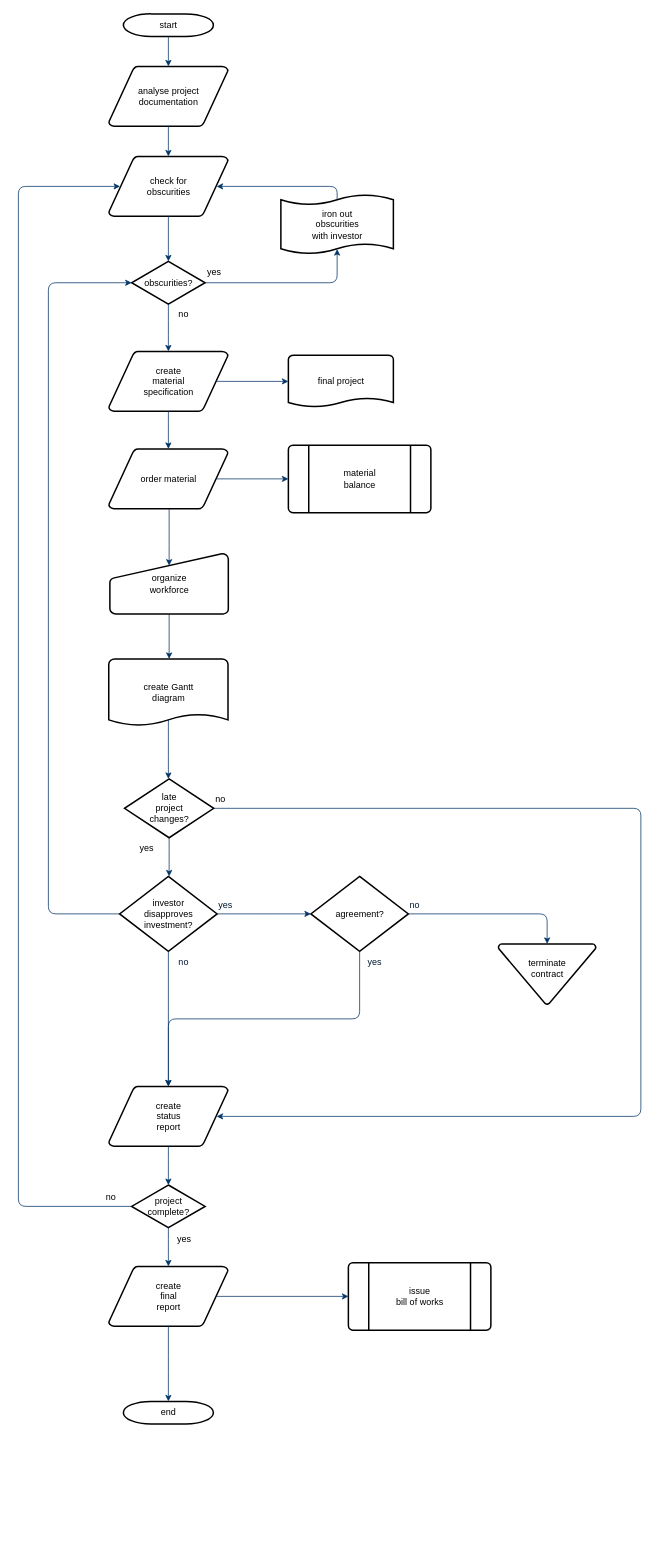
Earlier version of the draw.io diagram analyte_bt_vms_G2.drawio (kpaiboon/vms_g2). Source tidied: cells renumbered, new cells numbered last; positions are measured from the earlier drawing's top-left corner, leaving out a move shared by most shapes. Both pictures are drawn from the tidied source at 75%, with x=0, y=0 at pixel (18, 14).
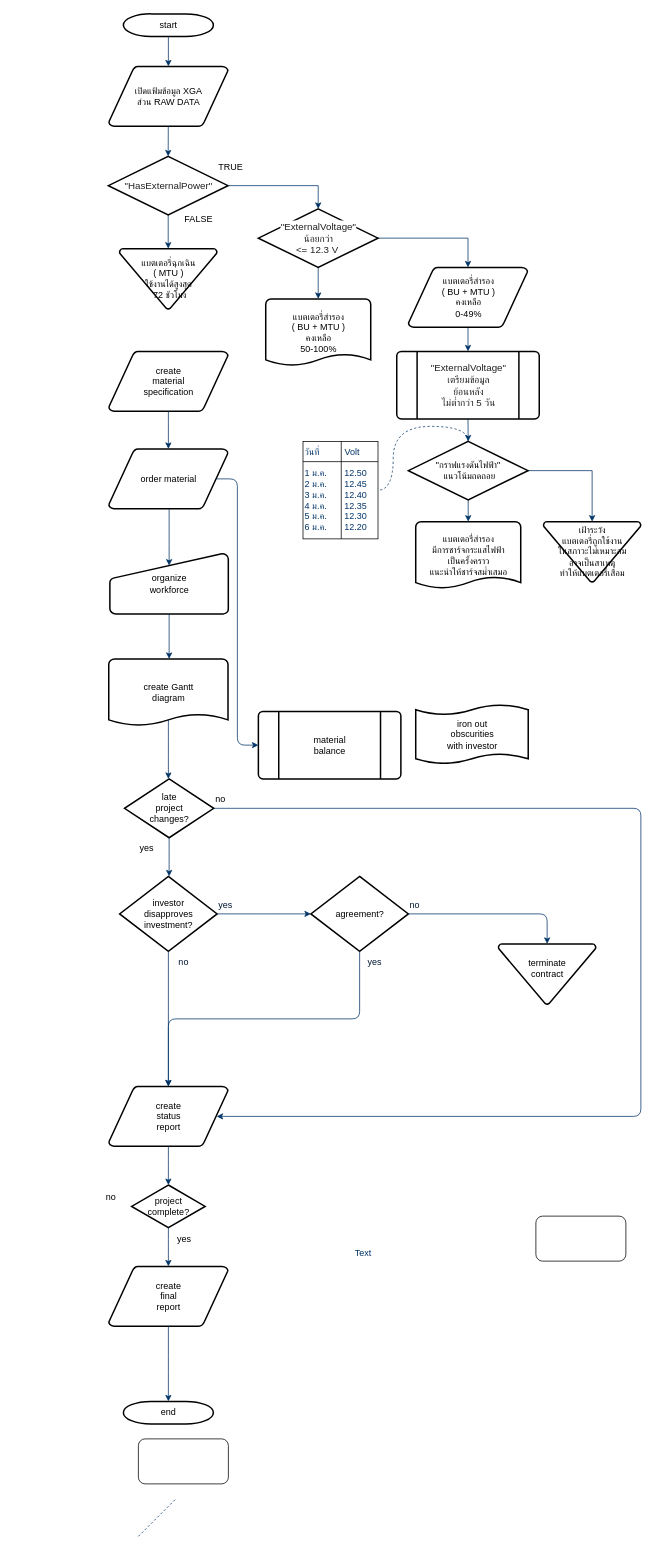
After the change.

The change refers to these unchanged cells:
```xml
<mxCell id="4" value="create&#10;material&#10;specification" style="shape=mxgraph.flowchart.data;strokeWidth=2;gradientColor=none;gradientDirection=north;fontStyle=0;html=1;" parent="1" vertex="1">
  <mxGeometry x="120.5" y="450" width="159" height="80" as="geometry" />
</mxCell>
<mxCell id="28" value="investor&#10;disapproves&#10; investment?" style="shape=mxgraph.flowchart.decision;strokeWidth=2;gradientColor=none;gradientDirection=north;fontStyle=0;html=1;" parent="1" vertex="1">
  <mxGeometry x="135" y="1150" width="130" height="100" as="geometry" />
</mxCell>
<mxCell id="37" value="project&#10;complete?" style="shape=mxgraph.flowchart.decision;strokeWidth=2;gradientColor=none;gradientDirection=north;fontStyle=0;html=1;" parent="1" vertex="1">
  <mxGeometry x="151" y="1561.5" width="98" height="57" as="geometry" />
</mxCell>
<mxCell id="38" value="create&#10;final&#10;report" style="shape=mxgraph.flowchart.data;strokeWidth=2;gradientColor=none;gradientDirection=north;fontStyle=0;html=1;" parent="1" vertex="1">
  <mxGeometry x="120.5" y="1670" width="159" height="80" as="geometry" />
</mxCell>
```

The edit, as a diff of the source:
```diff
@@
-    <mxCell id="3" value="analyse project&#10; documentation" style="shape=mxgraph.flowchart.data;strokeWidth=2;gradientColor=none;gradientDirection=north;fontStyle=0;html=1;" parent="1" vertex="1">
+    <mxCell id="3" value="เปิดแฟ้มข้อมูล XGA &lt;br&gt;ส่วน RAW DATA" style="shape=mxgraph.flowchart.data;strokeWidth=2;gradientColor=none;gradientDirection=north;fontStyle=0;html=1;" parent="1" vertex="1">
       <mxGeometry x="120.5" y="70" width="159" height="80" as="geometry" />
     </mxCell>
@@
-    <mxCell id="5" value="check for&#10;obscurities" style="shape=mxgraph.flowchart.data;strokeWidth=2;gradientColor=none;gradientDirection=north;fontStyle=0;html=1;" parent="1" vertex="1">
-      <mxGeometry x="120.5" y="190" width="159" height="80" as="geometry" />
-    </mxCell>
+    <mxCell id="56" style="edgeStyle=orthogonalEdgeStyle;rounded=0;jettySize=auto;html=1;exitX=0.5;exitY=1;exitDx=0;exitDy=0;exitPerimeter=0;entryX=0.5;entryY=0;entryDx=0;entryDy=0;entryPerimeter=0;strokeColor=#003366;" parent="1" edge="1" source="6" target="59">
+      <mxGeometry relative="1" as="geometry" />
+    </mxCell>
-    <mxCell id="6" value="obscurities?" style="shape=mxgraph.flowchart.decision;strokeWidth=2;gradientColor=none;gradientDirection=north;fontStyle=0;html=1;" parent="1" vertex="1">
-      <mxGeometry x="151" y="330" width="98" height="57" as="geometry" />
+    <mxCell id="6" value="&lt;span style=&quot;color: rgb(34 , 34 , 34) ; font-family: &amp;#34;arial&amp;#34; , &amp;#34;helvetica&amp;#34; , sans-serif ; font-size: small ; white-space: normal ; background-color: rgb(255 , 255 , 255)&quot;&gt;&quot;HasExternalPower&quot;&lt;/span&gt;" style="shape=mxgraph.flowchart.decision;strokeWidth=2;gradientColor=none;gradientDirection=north;fontStyle=0;html=1;" parent="1" vertex="1">
+      <mxGeometry x="120" y="190" width="159.5" height="78" as="geometry" />
     </mxCell>
@@
-    <mxCell id="8" style="fontStyle=1;strokeColor=#003366;strokeWidth=1;html=1;" parent="1" edge="1" source="3" target="5">
-      <mxGeometry relative="1" as="geometry" />
-    </mxCell>
-    <mxCell id="9" style="entryX=0.5;entryY=0;entryPerimeter=0;fontStyle=1;strokeColor=#003366;strokeWidth=1;html=1;" parent="1" edge="1" source="5" target="6">
+    <mxCell id="9" style="entryX=0.5;entryY=0;entryPerimeter=0;fontStyle=1;strokeColor=#003366;strokeWidth=1;html=1;" parent="1" edge="1" source="3" target="6">
       <mxGeometry relative="1" as="geometry" />
     </mxCell>
-    <mxCell id="10" style="edgeStyle=elbowEdgeStyle;elbow=horizontal;entryX=0.5;entryY=0.91;entryPerimeter=0;exitX=1;exitY=0.5;exitPerimeter=0;fontStyle=1;strokeColor=#003366;strokeWidth=1;html=1;" parent="1" edge="1" source="6" target="51">
-      <mxGeometry x="381" y="28.5" as="geometry">
-        <Array as="points">
-          <mxPoint x="425" y="340" />
-        </Array>
-      </mxGeometry>
-    </mxCell>
+    <mxCell id="57" style="edgeStyle=orthogonalEdgeStyle;rounded=0;jettySize=auto;html=1;entryX=0.5;entryY=0;entryDx=0;entryDy=0;entryPerimeter=0;strokeColor=#003366;exitX=1;exitY=0.5;exitDx=0;exitDy=0;exitPerimeter=0;" parent="1" edge="1" source="6" target="62">
+      <mxGeometry relative="1" as="geometry" />
+    </mxCell>
-    <mxCell id="11" value="yes" style="text;fontStyle=0;html=1;strokeColor=none;gradientColor=none;fillColor=none;strokeWidth=2;" parent="1" vertex="1">
-      <mxGeometry x="250" y="330" width="40" height="26" as="geometry" />
+    <mxCell id="11" value="TRUE" style="text;fontStyle=0;html=1;strokeColor=none;gradientColor=none;fillColor=none;strokeWidth=2;" parent="1" vertex="1">
+      <mxGeometry x="265" y="190" width="40" height="26" as="geometry" />
     </mxCell>
-    <mxCell id="12" style="edgeStyle=elbowEdgeStyle;elbow=horizontal;fontColor=#001933;fontStyle=1;strokeColor=#003366;strokeWidth=1;html=1;" parent="1" edge="1" source="6" target="4">
-      <mxGeometry as="geometry" />
-    </mxCell>
@@
-    <mxCell id="14" value="no" style="text;fontStyle=0;html=1;strokeColor=none;gradientColor=none;fillColor=none;strokeWidth=2;align=center;" parent="1" vertex="1">
-      <mxGeometry x="200" y="387" width="40" height="26" as="geometry" />
+    <mxCell id="14" value="FALSE" style="text;fontStyle=0;html=1;strokeColor=none;gradientColor=none;fillColor=none;strokeWidth=2;align=center;" parent="1" vertex="1">
+      <mxGeometry x="220" y="260" width="40" height="26" as="geometry" />
     </mxCell>
-    <mxCell id="15" value="final project" style="shape=mxgraph.flowchart.document;strokeWidth=2;gradientColor=none;gradientDirection=north;fontStyle=0;html=1;" parent="1" vertex="1">
-      <mxGeometry x="360" y="455" width="140" height="70" as="geometry" />
+    <mxCell id="15" value="แบตเตอรี่สำรอง&lt;br&gt;( BU + MTU )&lt;br&gt;คงเหลือ&lt;br&gt;50-100%" style="shape=mxgraph.flowchart.document;strokeWidth=2;gradientColor=none;gradientDirection=north;fontStyle=0;html=1;" parent="1" vertex="1">
+      <mxGeometry x="329.8" y="380" width="140" height="90" as="geometry" />
     </mxCell>
-    <mxCell id="16" style="edgeStyle=elbowEdgeStyle;elbow=horizontal;exitX=0.905;exitY=0.5;exitPerimeter=0;fontStyle=1;strokeColor=#003366;strokeWidth=1;html=1;" parent="1" edge="1" source="4" target="15">
-      <mxGeometry as="geometry" />
-    </mxCell>
@@
     <mxCell id="18" value="material&#10;balance" style="shape=mxgraph.flowchart.predefined_process;strokeWidth=2;gradientColor=none;gradientDirection=north;fontStyle=0;html=1;" parent="1" vertex="1">
-      <mxGeometry x="360" y="575" width="190" height="90" as="geometry" />
+      <mxGeometry x="320" y="930" width="190" height="90" as="geometry" />
     </mxCell>
@@
-    <mxCell id="26" style="edgeStyle=elbowEdgeStyle;elbow=horizontal;exitX=0;exitY=0.5;exitPerimeter=0;entryX=0;entryY=0.5;entryPerimeter=0;fontStyle=1;strokeColor=#003366;strokeWidth=1;html=1;" parent="1" edge="1" source="28" target="6">
-      <mxGeometry as="geometry">
-        <Array as="points">
-          <mxPoint x="40" y="790" />
-        </Array>
-      </mxGeometry>
-    </mxCell>
@@
+    <mxCell id="58" style="edgeStyle=orthogonalEdgeStyle;rounded=0;jettySize=auto;html=1;exitX=0.5;exitY=1;exitDx=0;exitDy=0;exitPerimeter=0;entryX=0.5;entryY=0;entryDx=0;entryDy=0;entryPerimeter=0;strokeColor=#003366;fontColor=#003366;" parent="1" edge="1" source="39" target="71">
+      <mxGeometry relative="1" as="geometry" />
+    </mxCell>
-    <mxCell id="39" value="issue&#10;bill of works" style="shape=mxgraph.flowchart.predefined_process;strokeWidth=2;gradientColor=none;gradientDirection=north;fontStyle=0;html=1;" parent="1" vertex="1">
-      <mxGeometry x="440" y="1665" width="190" height="90" as="geometry" />
+    <mxCell id="39" value="&lt;span style=&quot;color: rgb(34 , 34 , 34) ; font-family: &amp;#34;arial&amp;#34; , &amp;#34;helvetica&amp;#34; , sans-serif ; font-size: small ; white-space: normal ; background-color: rgb(255 , 255 , 255)&quot;&gt;&quot;&lt;/span&gt;&lt;span style=&quot;color: rgb(34 , 34 , 34) ; font-family: &amp;#34;arial&amp;#34; , &amp;#34;helvetica&amp;#34; , sans-serif ; font-size: small ; white-space: normal ; background-color: rgb(255 , 255 , 255)&quot;&gt;ExternalVoltage&lt;/span&gt;&lt;span style=&quot;color: rgb(34 , 34 , 34) ; font-family: &amp;#34;arial&amp;#34; , &amp;#34;helvetica&amp;#34; , sans-serif ; font-size: small ; white-space: normal ; background-color: rgb(255 , 255 , 255)&quot;&gt;&quot;&lt;br&gt;เตรียมข้อมูล&lt;br&gt;ย้อนหลัง &lt;br&gt;ไม่ต่ำกว่า 5 วัน&lt;/span&gt;" style="shape=mxgraph.flowchart.predefined_process;strokeWidth=2;gradientColor=none;gradientDirection=north;fontStyle=0;html=1;" parent="1" vertex="1">
+      <mxGeometry x="504.5" y="450" width="190" height="90" as="geometry" />
     </mxCell>
@@
-    <mxCell id="44" style="edgeStyle=elbowEdgeStyle;elbow=vertical;exitX=0.905;exitY=0.5;exitPerimeter=0;entryX=0;entryY=0.5;entryPerimeter=0;fontStyle=1;strokeColor=#003366;strokeWidth=1;html=1;" parent="1" edge="1" source="38" target="39">
-      <mxGeometry as="geometry" />
-    </mxCell>
@@
     <mxCell id="51" value="iron out&#10;obscurities &#10;with investor" style="shape=mxgraph.flowchart.paper_tape;strokeWidth=2;gradientColor=none;gradientDirection=north;fontStyle=0;html=1;" parent="1" vertex="1">
-      <mxGeometry x="350" y="240" width="150" height="81" as="geometry" />
+      <mxGeometry x="529.8" y="920" width="150" height="81" as="geometry" />
     </mxCell>
-    <mxCell id="52" style="edgeStyle=elbowEdgeStyle;elbow=horizontal;exitX=0.5;exitY=0.09;exitPerimeter=0;entryX=0.905;entryY=0.5;entryPerimeter=0;fontStyle=1;strokeColor=#003366;strokeWidth=1;html=1;" parent="1" edge="1" source="51" target="5">
-      <mxGeometry as="geometry">
-        <Array as="points">
-          <mxPoint x="425" y="240" />
-        </Array>
-      </mxGeometry>
-    </mxCell>
@@
-    <mxCell id="54" style="edgeStyle=elbowEdgeStyle;elbow=horizontal;exitX=0;exitY=0.5;exitPerimeter=0;entryX=0.095;entryY=0.5;entryPerimeter=0;fontStyle=1;strokeColor=#003366;strokeWidth=1;html=1;" parent="1" edge="1" source="37" target="5">
-      <mxGeometry as="geometry">
-        <Array as="points">
-          <mxPoint y="910" />
-        </Array>
-      </mxGeometry>
-    </mxCell>
@@
+    <mxCell id="59" value="แบตเตอรี่ฉุกเฉิน &lt;br&gt;( MTU )&lt;br&gt;ใช้งานได้สูงสุด&lt;br&gt;&amp;nbsp;72 ชัวโมง" style="shape=mxgraph.flowchart.merge_or_storage;strokeWidth=2;gradientColor=none;gradientDirection=north;fontStyle=0;html=1;" parent="1" vertex="1">
+      <mxGeometry x="134.8" y="313" width="130" height="80.5" as="geometry" />
+    </mxCell>
+    <mxCell id="60" style="edgeStyle=orthogonalEdgeStyle;rounded=0;jettySize=auto;html=1;exitX=1;exitY=0.5;exitDx=0;exitDy=0;exitPerimeter=0;entryX=0.5;entryY=0;entryDx=0;entryDy=0;entryPerimeter=0;strokeColor=#003366;" parent="1" edge="1" source="62" target="65">
+      <mxGeometry relative="1" as="geometry" />
+    </mxCell>
+    <mxCell id="61" style="edgeStyle=orthogonalEdgeStyle;rounded=0;jettySize=auto;html=1;exitX=0.5;exitY=1;exitDx=0;exitDy=0;exitPerimeter=0;entryX=0.5;entryY=0;entryDx=0;entryDy=0;entryPerimeter=0;strokeColor=#003366;fontColor=#003366;" parent="1" edge="1" source="62" target="15">
+      <mxGeometry relative="1" as="geometry" />
+    </mxCell>
+    <mxCell id="62" value="&lt;span style=&quot;color: rgb(34 , 34 , 34) ; font-family: &amp;#34;arial&amp;#34; , &amp;#34;helvetica&amp;#34; , sans-serif ; font-size: small ; white-space: normal ; background-color: rgb(255 , 255 , 255)&quot;&gt;&quot;&lt;/span&gt;&lt;span style=&quot;color: rgb(34 , 34 , 34) ; font-family: &amp;#34;arial&amp;#34; , &amp;#34;helvetica&amp;#34; , sans-serif ; font-size: small ; white-space: normal ; background-color: rgb(255 , 255 , 255)&quot;&gt;ExternalVoltage&lt;/span&gt;&lt;span style=&quot;color: rgb(34 , 34 , 34) ; font-family: &amp;#34;arial&amp;#34; , &amp;#34;helvetica&amp;#34; , sans-serif ; font-size: small ; white-space: normal ; background-color: rgb(255 , 255 , 255)&quot;&gt;&quot;&lt;br&gt;น้อยกว่า&lt;br&gt;&amp;lt;= 12.3 V&amp;nbsp;&lt;br&gt;&lt;/span&gt;" style="shape=mxgraph.flowchart.decision;strokeWidth=2;gradientColor=none;gradientDirection=north;fontStyle=0;html=1;" parent="1" vertex="1">
+      <mxGeometry x="320" y="260" width="159.5" height="78" as="geometry" />
+    </mxCell>
+    <mxCell id="63" value="เฝ้าระวัง&lt;br&gt;แบตเตอรี่ถูกใช้งาน&lt;br&gt;ในสภาวะไม่เหมาะสม&lt;br&gt;อาจเป็นสาเหตุ&lt;br&gt;ทำให้แบตเตอรี่เสื่อม" style="shape=mxgraph.flowchart.merge_or_storage;strokeWidth=2;gradientColor=none;gradientDirection=north;fontStyle=0;html=1;" parent="1" vertex="1">
+      <mxGeometry x="700" y="677" width="130" height="80.5" as="geometry" />
+    </mxCell>
+    <mxCell id="64" style="edgeStyle=orthogonalEdgeStyle;rounded=0;jettySize=auto;html=1;exitX=0.5;exitY=1;exitDx=0;exitDy=0;exitPerimeter=0;entryX=0.5;entryY=0;entryDx=0;entryDy=0;entryPerimeter=0;strokeColor=#003366;fontColor=#003366;" parent="1" edge="1" source="65" target="39">
+      <mxGeometry relative="1" as="geometry" />
+    </mxCell>
+    <mxCell id="65" value="แบตเตอรี่สำรอง&lt;br&gt;( BU + MTU )&lt;br&gt;คงเหลือ&lt;br&gt;0-49%&lt;span style=&quot;color: rgb(34 , 34 , 34) ; font-family: &amp;#34;arial&amp;#34; , &amp;#34;helvetica&amp;#34; , sans-serif ; font-size: small ; white-space: normal ; background-color: rgb(255 , 255 , 255)&quot;&gt;&lt;br&gt;&lt;/span&gt;" style="shape=mxgraph.flowchart.data;strokeWidth=2;gradientColor=none;gradientDirection=north;fontStyle=0;html=1;" parent="1" vertex="1">
+      <mxGeometry x="520" y="338" width="159" height="80" as="geometry" />
+    </mxCell>
+    <mxCell id="66" style="rounded=1;whiteSpace=wrap;html=1;" parent="1" vertex="1">
+      <mxGeometry x="160" y="1900" width="120" height="60" as="geometry" />
+    </mxCell>
+    <mxCell id="67" style="rounded=1;whiteSpace=wrap;html=1;" parent="1" vertex="1">
+      <mxGeometry x="690" y="1603" width="120" height="60" as="geometry" />
+    </mxCell>
+    <mxCell id="68" style="edgeStyle=orthogonalEdgeStyle;rounded=0;jettySize=auto;html=1;exitX=1;exitY=0.5;exitDx=0;exitDy=0;exitPerimeter=0;entryX=0.5;entryY=0;entryDx=0;entryDy=0;entryPerimeter=0;strokeColor=#003366;fontColor=#003366;" parent="1" edge="1" source="71" target="63">
+      <mxGeometry relative="1" as="geometry" />
+    </mxCell>
+    <mxCell id="69" style="edgeStyle=orthogonalEdgeStyle;rounded=0;jettySize=auto;html=1;exitX=0.5;exitY=1;exitDx=0;exitDy=0;exitPerimeter=0;entryX=0.5;entryY=0;entryDx=0;entryDy=0;entryPerimeter=0;strokeColor=#003366;fontColor=#003366;" parent="1" edge="1" source="71" target="72">
+      <mxGeometry relative="1" as="geometry" />
+    </mxCell>
+    <mxCell id="70" style="edgeStyle=orthogonalEdgeStyle;curved=1;rounded=0;jettySize=auto;html=1;exitX=0.5;exitY=0;exitDx=0;exitDy=0;exitPerimeter=0;strokeColor=#003366;fontColor=#003366;endArrow=none;endFill=0;dashed=1;" parent="1" edge="1" source="71" target="74">
+      <mxGeometry relative="1" as="geometry" />
+    </mxCell>
+    <mxCell id="71" value="&quot;กราฟแรงดันไฟฟ้า&quot;&lt;br&gt;&amp;nbsp;แนวโน้มถดถอย" style="shape=mxgraph.flowchart.decision;strokeWidth=2;gradientColor=none;gradientDirection=north;fontStyle=0;whiteSpace=wrap;html=1;" parent="1" vertex="1">
+      <mxGeometry x="520" y="570" width="159.5" height="78" as="geometry" />
+    </mxCell>
+    <mxCell id="72" value="แบตเตอรี่สำรอง&lt;br&gt;มีการชาร์จกระแสไฟฟ้า&lt;br&gt;เป็นครั้งคราว&lt;br&gt;แนะนำให้ชาร์จสม่ำเสมอ" style="shape=mxgraph.flowchart.document;strokeWidth=2;gradientColor=none;gradientDirection=north;fontStyle=0;html=1;" parent="1" vertex="1">
+      <mxGeometry x="529.8" y="677" width="140" height="90" as="geometry" />
+    </mxCell>
+    <mxCell id="73" value="Text" style="text;html=1;strokeColor=none;fillColor=none;align=center;verticalAlign=middle;whiteSpace=wrap;rounded=0;fontColor=#003366;" parent="1" vertex="1">
+      <mxGeometry x="439.5" y="1643" width="40" height="20" as="geometry" />
+    </mxCell>
+    <mxCell id="74" value="วันที่&amp;nbsp; &amp;nbsp; &amp;nbsp; &amp;nbsp; &amp;nbsp; Volt&lt;br&gt;&lt;br&gt;1 ม.ค.&amp;nbsp; &amp;nbsp; &amp;nbsp; &amp;nbsp;12.50&lt;br&gt;2 ม.ค.&amp;nbsp; &amp;nbsp; &amp;nbsp; &amp;nbsp;12.45&lt;br&gt;3 ม.ค.&amp;nbsp; &amp;nbsp; &amp;nbsp; &amp;nbsp;12.40&lt;br&gt;4 ม.ค.&amp;nbsp; &amp;nbsp; &amp;nbsp; &amp;nbsp;12.35&lt;br&gt;5 ม.ค.&amp;nbsp; &amp;nbsp; &amp;nbsp; &amp;nbsp;12.30&lt;br&gt;6 ม.ค.&amp;nbsp; &amp;nbsp; &amp;nbsp; &amp;nbsp;12.20" style="shape=internalStorage;whiteSpace=wrap;html=1;backgroundOutline=1;fontColor=#003366;dx=51;dy=27;align=left;verticalAlign=top;" parent="1" vertex="1">
+      <mxGeometry x="379.5" y="570" width="100" height="130" as="geometry" />
+    </mxCell>
+    <mxCell id="75" style="endArrow=none;dashed=1;html=1;strokeColor=#003366;fontColor=#003366;" parent="1" edge="1">
+      <mxGeometry relative="1" as="geometry">
+        <mxPoint x="160" y="2030" as="sourcePoint" />
+        <mxPoint x="210" y="1980" as="targetPoint" />
+      </mxGeometry>
+    </mxCell>
```
